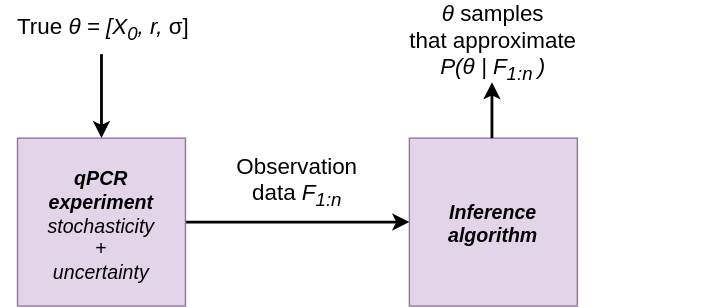
DariaDicu/qPCR-inference keeps this draw.io diagram as website/diagrams/inference_blackbox.svg. Above is the earlier version. Source tidied: cells renumbered, new cells last; positions are measured from the earlier drawing's top-left corner, leaving out a move shared by most shapes.
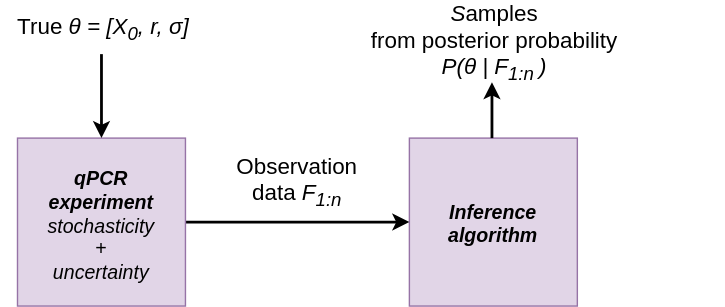
After the commit.

What changed in the source:
```diff
@@ -26,7 +26,7 @@
         <mxPoint x="72" y="95" as="targetPoint" />
       </mxGeometry>
     </mxCell>
-    <mxCell id="9" value="&lt;font style=&quot;font-size: 16px&quot;&gt;True&amp;nbsp;&lt;i&gt;θ = [X&lt;sub&gt;0&lt;/sub&gt;, r,&amp;nbsp;&lt;/i&gt;σ]&lt;/font&gt;" style="text;html=1;strokeColor=none;fillColor=none;align=center;verticalAlign=middle;whiteSpace=wrap;fontSize=14;" parent="1" vertex="1">
+    <mxCell id="9" value="&lt;font style=&quot;font-size: 16px&quot;&gt;True&amp;nbsp;&lt;i&gt;θ = [X&lt;sub&gt;0&lt;/sub&gt;, r,&amp;nbsp;σ]&lt;/i&gt;&lt;/font&gt;" style="text;html=1;strokeColor=none;fillColor=none;align=center;verticalAlign=middle;whiteSpace=wrap;fontSize=14;" parent="1" vertex="1">
       <mxGeometry y="5" width="145" height="20" as="geometry" />
     </mxCell>
     <mxCell id="10" style="endArrow=classic;html=1;strokeWidth=2;fontSize=14;endFill=1;exitX=1;exitY=0.5;" parent="1" edge="1">
@@ -35,7 +35,7 @@
         <mxPoint x="351" y="55" as="targetPoint" />
       </mxGeometry>
     </mxCell>
-    <mxCell id="11" value="&lt;font style=&quot;font-size: 16px&quot;&gt;&lt;i&gt;θ &lt;/i&gt;samples&lt;/font&gt;&lt;div&gt;&lt;font style=&quot;font-size: 16px&quot;&gt;that approximate&lt;/font&gt;&lt;/div&gt;&lt;div&gt;&lt;font style=&quot;font-size: 16px&quot;&gt;&lt;i&gt;P(&lt;/i&gt;&lt;/font&gt;&lt;i&gt;θ | F&lt;sub&gt;1:n&amp;nbsp;&lt;/sub&gt;)&lt;/i&gt;&lt;/div&gt;" style="text;html=1;strokeColor=none;fillColor=none;align=center;verticalAlign=middle;whiteSpace=wrap;fontSize=16;" parent="1" vertex="1">
+    <mxCell id="11" value="&lt;font style=&quot;font-size: 16px&quot;&gt;&lt;i&gt;S&lt;/i&gt;amples&lt;/font&gt;&lt;div&gt;&lt;font style=&quot;font-size: 16px&quot;&gt;from posterior probability&lt;/font&gt;&lt;/div&gt;&lt;div&gt;&lt;font style=&quot;font-size: 16px&quot;&gt;&lt;i&gt;P(&lt;/i&gt;&lt;/font&gt;&lt;i&gt;θ | F&lt;sub&gt;1:n&amp;nbsp;&lt;/sub&gt;)&lt;/i&gt;&lt;/div&gt;" style="text;html=1;strokeColor=none;fillColor=none;align=center;verticalAlign=middle;whiteSpace=wrap;fontSize=16;" parent="1" vertex="1">
       <mxGeometry x="187" width="330" height="50" as="geometry" />
     </mxCell>
   </root>
```
